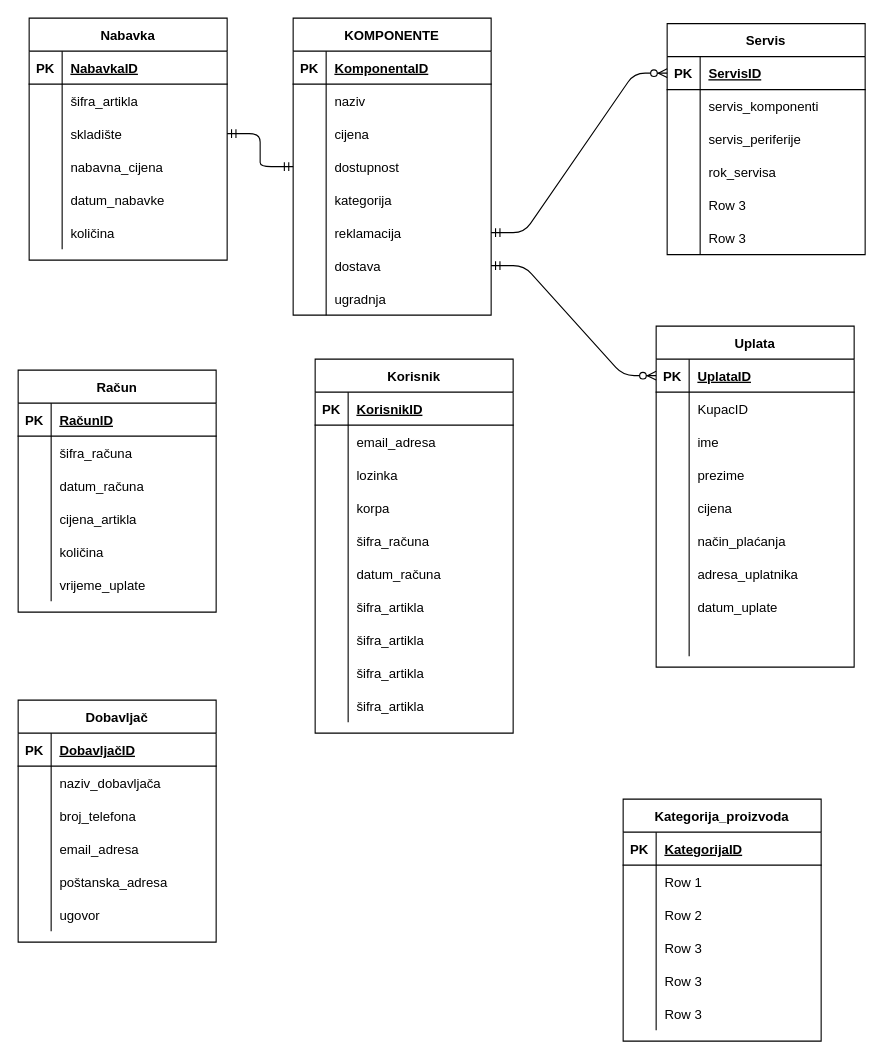
Before: erd.drawio in vela02/erd, a draw.io diagram. Source tidied: cells renumbered, new cells numbered last; positions are measured from the earlier drawing's top-left corner, leaving out a move shared by most shapes. Both pictures are drawn from the tidied source at 110%, with x=0, y=0 at pixel (18, 18).
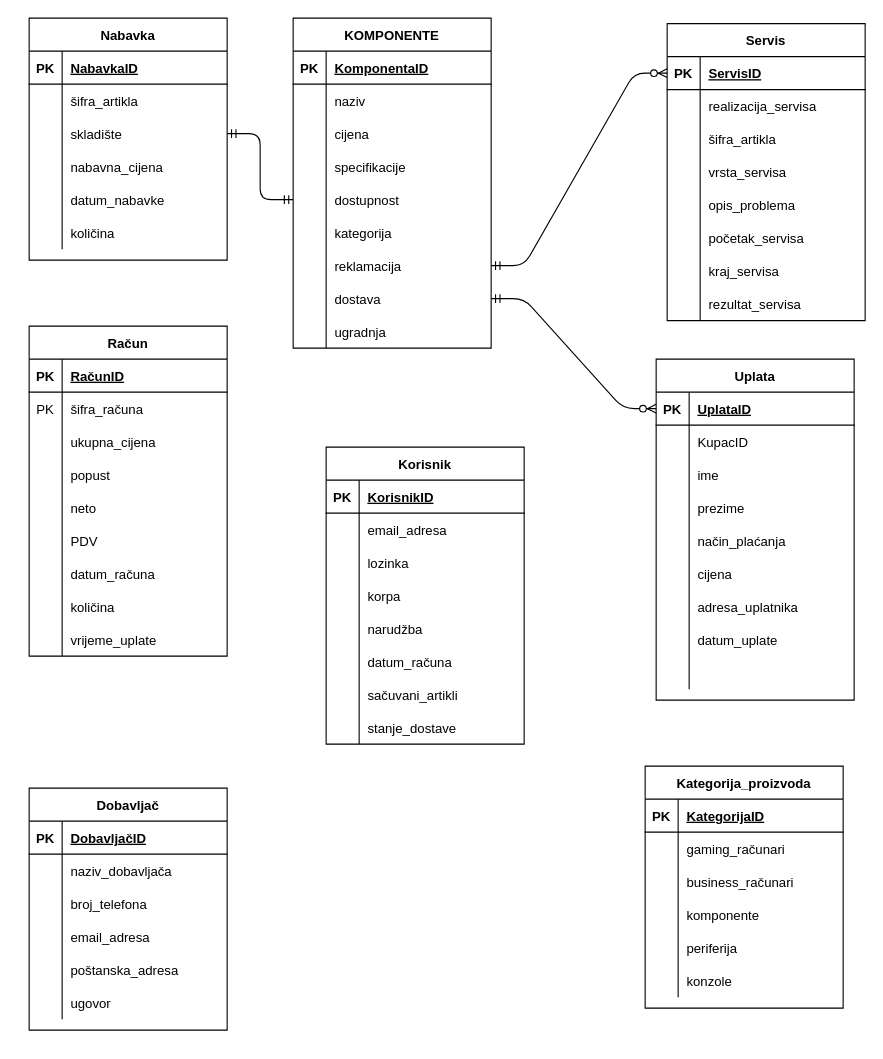
The same diagram, later.

The change refers to these unchanged cells:
```xml
<mxCell id="6" style="shape=partialRectangle;fillColor=none;top=0;left=0;bottom=0;right=0;" parent="2" vertex="1">
  <mxGeometry y="60" width="180" height="30" as="geometry" />
</mxCell>
<mxCell id="111" style="shape=partialRectangle;fillColor=none;top=0;left=0;bottom=0;right=0;" parent="98" vertex="1">
  <mxGeometry y="150" width="180" height="30" as="geometry" />
</mxCell>
<mxCell id="117" style="shape=partialRectangle;fillColor=none;top=0;left=0;bottom=0;right=0;" parent="98" vertex="1">
  <mxGeometry y="210" width="180" height="30" as="geometry" />
</mxCell>
<mxCell id="120" style="shape=partialRectangle;fillColor=none;top=0;left=0;bottom=0;right=0;" parent="98" vertex="1">
  <mxGeometry y="240" width="180" height="30" as="geometry" />
</mxCell>
<mxCell id="133" style="shape=partialRectangle;fillColor=none;top=0;left=0;bottom=0;right=0;" parent="129" vertex="1">
  <mxGeometry y="60" width="180" height="30" as="geometry" />
</mxCell>
<mxCell id="171" style="shape=partialRectangle;fillColor=none;top=0;left=0;bottom=0;right=0;" parent="167" vertex="1">
  <mxGeometry y="60" width="180" height="30" as="geometry" />
</mxCell>
<mxCell id="174" style="shape=partialRectangle;fillColor=none;top=0;left=0;bottom=0;right=0;" parent="167" vertex="1">
  <mxGeometry y="90" width="180" height="30" as="geometry" />
</mxCell>
<mxCell id="177" style="shape=partialRectangle;fillColor=none;top=0;left=0;bottom=0;right=0;" parent="167" vertex="1">
  <mxGeometry y="120" width="180" height="30" as="geometry" />
</mxCell>
<mxCell id="180" style="shape=partialRectangle;fillColor=none;top=0;left=0;bottom=0;right=0;" parent="167" vertex="1">
  <mxGeometry y="150" width="180" height="30" as="geometry" />
</mxCell>
<mxCell id="183" style="shape=partialRectangle;fillColor=none;top=0;left=0;bottom=0;right=0;" parent="167" vertex="1">
  <mxGeometry y="180" width="180" height="30" as="geometry" />
</mxCell>
```

Change to the diagram source:
```diff
@@
     <mxCell id="2" value="Servis" style="shape=table;startSize=30;childLayout=tableLayout;rowLines=0;fontStyle=1;align=center;" parent="1" vertex="1">
-      <mxGeometry x="590" y="5" width="180" height="210" as="geometry" />
+      <mxGeometry x="590" y="5" width="180" height="270" as="geometry" />
     </mxCell>
@@
-    <mxCell id="8" value="servis_komponenti" style="shape=partialRectangle;fillColor=none;top=0;left=0;bottom=0;right=0;align=left;spacingLeft=6;overflow=hidden;" parent="6" vertex="1">
+    <mxCell id="8" value="realizacija_servisa" style="shape=partialRectangle;fillColor=none;top=0;left=0;bottom=0;right=0;align=left;spacingLeft=6;overflow=hidden;" parent="6" vertex="1">
       <mxGeometry x="30" width="150" height="30" as="geometry" />
     </mxCell>
+    <mxCell id="186" style="shape=partialRectangle;fillColor=none;top=0;left=0;bottom=0;right=0;" parent="2" vertex="1">
+      <mxGeometry y="90" width="180" height="30" as="geometry" />
+    </mxCell>
+    <mxCell id="187" style="shape=partialRectangle;fillColor=none;top=0;left=0;bottom=0;right=0;overflow=hidden;" parent="186" vertex="1">
+      <mxGeometry width="30" height="30" as="geometry" />
+    </mxCell>
+    <mxCell id="188" value="šifra_artikla" style="shape=partialRectangle;fillColor=none;top=0;left=0;bottom=0;right=0;align=left;spacingLeft=6;overflow=hidden;" parent="186" vertex="1">
+      <mxGeometry x="30" width="150" height="30" as="geometry" />
+    </mxCell>
     <mxCell id="9" style="shape=partialRectangle;fillColor=none;top=0;left=0;bottom=0;right=0;" parent="2" vertex="1">
-      <mxGeometry y="90" width="180" height="30" as="geometry" />
+      <mxGeometry y="120" width="180" height="30" as="geometry" />
     </mxCell>
@@
-    <mxCell id="11" value="servis_periferije" style="shape=partialRectangle;fillColor=none;top=0;left=0;bottom=0;right=0;align=left;spacingLeft=6;overflow=hidden;" parent="9" vertex="1">
+    <mxCell id="11" value="vrsta_servisa" style="shape=partialRectangle;fillColor=none;top=0;left=0;bottom=0;right=0;align=left;spacingLeft=6;overflow=hidden;" parent="9" vertex="1">
       <mxGeometry x="30" width="150" height="30" as="geometry" />
     </mxCell>
     <mxCell id="12" style="shape=partialRectangle;fillColor=none;top=0;left=0;bottom=0;right=0;" parent="2" vertex="1">
-      <mxGeometry y="120" width="180" height="30" as="geometry" />
+      <mxGeometry y="150" width="180" height="30" as="geometry" />
     </mxCell>
@@
-    <mxCell id="14" value="rok_servisa" style="shape=partialRectangle;fillColor=none;top=0;left=0;bottom=0;right=0;align=left;spacingLeft=6;overflow=hidden;" parent="12" vertex="1">
+    <mxCell id="14" value="opis_problema" style="shape=partialRectangle;fillColor=none;top=0;left=0;bottom=0;right=0;align=left;spacingLeft=6;overflow=hidden;" parent="12" vertex="1">
       <mxGeometry x="30" width="150" height="30" as="geometry" />
     </mxCell>
     <mxCell id="15" style="shape=partialRectangle;fillColor=none;top=0;left=0;bottom=0;right=0;" parent="2" vertex="1">
-      <mxGeometry y="150" width="180" height="30" as="geometry" />
+      <mxGeometry y="180" width="180" height="30" as="geometry" />
     </mxCell>
@@
-    <mxCell id="17" value="Row 3" style="shape=partialRectangle;fillColor=none;top=0;left=0;bottom=0;right=0;align=left;spacingLeft=6;overflow=hidden;" parent="15" vertex="1">
+    <mxCell id="17" value="početak_servisa" style="shape=partialRectangle;fillColor=none;top=0;left=0;bottom=0;right=0;align=left;spacingLeft=6;overflow=hidden;" parent="15" vertex="1">
       <mxGeometry x="30" width="150" height="30" as="geometry" />
     </mxCell>
     <mxCell id="18" style="shape=partialRectangle;fillColor=none;top=0;left=0;bottom=0;right=0;" parent="2" vertex="1">
-      <mxGeometry y="180" width="180" height="30" as="geometry" />
+      <mxGeometry y="210" width="180" height="30" as="geometry" />
     </mxCell>
@@
-    <mxCell id="20" value="Row 3" style="shape=partialRectangle;fillColor=none;top=0;left=0;bottom=0;right=0;align=left;spacingLeft=6;overflow=hidden;" parent="18" vertex="1">
+    <mxCell id="20" value="kraj_servisa" style="shape=partialRectangle;fillColor=none;top=0;left=0;bottom=0;right=0;align=left;spacingLeft=6;overflow=hidden;" parent="18" vertex="1">
       <mxGeometry x="30" width="150" height="30" as="geometry" />
     </mxCell>
+    <mxCell id="189" style="shape=partialRectangle;fillColor=none;top=0;left=0;bottom=0;right=0;" parent="2" vertex="1">
+      <mxGeometry y="240" width="180" height="30" as="geometry" />
+    </mxCell>
+    <mxCell id="190" style="shape=partialRectangle;fillColor=none;top=0;left=0;bottom=0;right=0;overflow=hidden;" parent="189" vertex="1">
+      <mxGeometry width="30" height="30" as="geometry" />
+    </mxCell>
+    <mxCell id="191" value="rezultat_servisa" style="shape=partialRectangle;fillColor=none;top=0;left=0;bottom=0;right=0;align=left;spacingLeft=6;overflow=hidden;" parent="189" vertex="1">
+      <mxGeometry x="30" width="150" height="30" as="geometry" />
+    </mxCell>
     <mxCell id="21" value="Uplata" style="shape=table;startSize=30;childLayout=tableLayout;rowLines=0;fontStyle=1;align=center;" parent="1" vertex="1">
-      <mxGeometry x="580" y="280" width="180" height="310" as="geometry" />
+      <mxGeometry x="580" y="310" width="180" height="310" as="geometry" />
     </mxCell>
@@
+    <mxCell id="37" style="shape=partialRectangle;fillColor=none;top=0;left=0;bottom=0;right=0;" parent="21" vertex="1">
+      <mxGeometry y="150" width="180" height="30" as="geometry" />
+    </mxCell>
+    <mxCell id="38" style="shape=partialRectangle;fillColor=none;top=0;left=0;bottom=0;right=0;overflow=hidden;" parent="37" vertex="1">
+      <mxGeometry width="30" height="30" as="geometry" />
+    </mxCell>
+    <mxCell id="39" value="način_plaćanja" style="shape=partialRectangle;fillColor=none;top=0;left=0;bottom=0;right=0;align=left;spacingLeft=6;overflow=hidden;" parent="37" vertex="1">
+      <mxGeometry x="30" width="150" height="30" as="geometry" />
+    </mxCell>
     <mxCell id="34" style="shape=partialRectangle;fillColor=none;top=0;left=0;bottom=0;right=0;" parent="21" vertex="1">
-      <mxGeometry y="150" width="180" height="30" as="geometry" />
+      <mxGeometry y="180" width="180" height="30" as="geometry" />
     </mxCell>
@@
-    <mxCell id="37" style="shape=partialRectangle;fillColor=none;top=0;left=0;bottom=0;right=0;" parent="21" vertex="1">
-      <mxGeometry y="180" width="180" height="30" as="geometry" />
-    </mxCell>
-    <mxCell id="38" style="shape=partialRectangle;fillColor=none;top=0;left=0;bottom=0;right=0;overflow=hidden;" parent="37" vertex="1">
-      <mxGeometry width="30" height="30" as="geometry" />
-    </mxCell>
-    <mxCell id="39" value="način_plaćanja" style="shape=partialRectangle;fillColor=none;top=0;left=0;bottom=0;right=0;align=left;spacingLeft=6;overflow=hidden;" parent="37" vertex="1">
-      <mxGeometry x="30" width="150" height="30" as="geometry" />
-    </mxCell>
@@
     <mxCell id="70" value="KOMPONENTE" style="shape=table;startSize=30;childLayout=tableLayout;rowLines=0;fontStyle=1;align=center;" parent="1" vertex="1">
-      <mxGeometry x="250" width="180" height="270" as="geometry" />
+      <mxGeometry x="250" width="180" height="300" as="geometry" />
     </mxCell>
@@
+    <mxCell id="192" style="shape=partialRectangle;fillColor=none;top=0;left=0;bottom=0;right=0;" parent="70" vertex="1">
+      <mxGeometry y="120" width="180" height="30" as="geometry" />
+    </mxCell>
+    <mxCell id="193" style="shape=partialRectangle;fillColor=none;top=0;left=0;bottom=0;right=0;overflow=hidden;" parent="192" vertex="1">
+      <mxGeometry width="30" height="30" as="geometry" />
+    </mxCell>
+    <mxCell id="194" value="specifikacije" style="shape=partialRectangle;fillColor=none;top=0;left=0;bottom=0;right=0;align=left;spacingLeft=6;overflow=hidden;" parent="192" vertex="1">
+      <mxGeometry x="30" width="150" height="30" as="geometry" />
+    </mxCell>
     <mxCell id="80" style="shape=partialRectangle;fillColor=none;top=0;left=0;bottom=0;right=0;points=[[0,0.5],[1,0.5]];portConstraint=eastwest;" parent="70" vertex="1">
-      <mxGeometry y="120" width="180" height="30" as="geometry" />
+      <mxGeometry y="150" width="180" height="30" as="geometry" />
     </mxCell>
@@
     <mxCell id="83" style="shape=partialRectangle;fillColor=none;top=0;left=0;bottom=0;right=0;" parent="70" vertex="1">
-      <mxGeometry y="150" width="180" height="30" as="geometry" />
+      <mxGeometry y="180" width="180" height="30" as="geometry" />
     </mxCell>
@@
     <mxCell id="86" style="shape=partialRectangle;fillColor=none;top=0;left=0;bottom=0;right=0;points=[[0,0.5],[1,0.5]];portConstraint=eastwest;" parent="70" vertex="1">
-      <mxGeometry y="180" width="180" height="30" as="geometry" />
+      <mxGeometry y="210" width="180" height="30" as="geometry" />
     </mxCell>
@@
     <mxCell id="89" style="shape=partialRectangle;fillColor=none;top=0;left=0;bottom=0;right=0;points=[[0,0.5],[1,0.5]];portConstraint=eastwest;" parent="70" vertex="1">
-      <mxGeometry y="210" width="180" height="30" as="geometry" />
+      <mxGeometry y="240" width="180" height="30" as="geometry" />
     </mxCell>
@@
     <mxCell id="92" style="shape=partialRectangle;fillColor=none;top=0;left=0;bottom=0;right=0;" parent="70" vertex="1">
-      <mxGeometry y="240" width="180" height="30" as="geometry" />
+      <mxGeometry y="270" width="180" height="30" as="geometry" />
     </mxCell>
@@
     <mxCell id="98" value="Korisnik" style="shape=table;startSize=30;childLayout=tableLayout;rowLines=0;fontStyle=1;align=center;" parent="1" vertex="1">
-      <mxGeometry x="270" y="310" width="180" height="340" as="geometry" />
+      <mxGeometry x="280" y="390" width="180" height="270" as="geometry" />
     </mxCell>
@@
-    <mxCell id="113" value="šifra_računa" style="shape=partialRectangle;fillColor=none;top=0;left=0;bottom=0;right=0;align=left;spacingLeft=6;overflow=hidden;" parent="111" vertex="1">
+    <mxCell id="113" value="narudžba" style="shape=partialRectangle;fillColor=none;top=0;left=0;bottom=0;right=0;align=left;spacingLeft=6;overflow=hidden;" parent="111" vertex="1">
       <mxGeometry x="30" width="150" height="30" as="geometry" />
     </mxCell>
@@
-    <mxCell id="119" value="šifra_artikla" style="shape=partialRectangle;fillColor=none;top=0;left=0;bottom=0;right=0;align=left;spacingLeft=6;overflow=hidden;" parent="117" vertex="1">
+    <mxCell id="119" value="sačuvani_artikli" style="shape=partialRectangle;fillColor=none;top=0;left=0;bottom=0;right=0;align=left;spacingLeft=6;overflow=hidden;" parent="117" vertex="1">
       <mxGeometry x="30" width="150" height="30" as="geometry" />
     </mxCell>
@@
-    <mxCell id="122" value="šifra_artikla" style="shape=partialRectangle;fillColor=none;top=0;left=0;bottom=0;right=0;align=left;spacingLeft=6;overflow=hidden;" parent="120" vertex="1">
+    <mxCell id="122" value="stanje_dostave" style="shape=partialRectangle;fillColor=none;top=0;left=0;bottom=0;right=0;align=left;spacingLeft=6;overflow=hidden;" parent="120" vertex="1">
       <mxGeometry x="30" width="150" height="30" as="geometry" />
     </mxCell>
-    <mxCell id="123" style="shape=partialRectangle;fillColor=none;top=0;left=0;bottom=0;right=0;" parent="98" vertex="1">
-      <mxGeometry y="270" width="180" height="30" as="geometry" />
-    </mxCell>
-    <mxCell id="124" style="shape=partialRectangle;fillColor=none;top=0;left=0;bottom=0;right=0;overflow=hidden;" parent="123" vertex="1">
-      <mxGeometry width="30" height="30" as="geometry" />
-    </mxCell>
-    <mxCell id="125" value="šifra_artikla" style="shape=partialRectangle;fillColor=none;top=0;left=0;bottom=0;right=0;align=left;spacingLeft=6;overflow=hidden;" parent="123" vertex="1">
-      <mxGeometry x="30" width="150" height="30" as="geometry" />
-    </mxCell>
-    <mxCell id="126" style="shape=partialRectangle;fillColor=none;top=0;left=0;bottom=0;right=0;" parent="98" vertex="1">
-      <mxGeometry y="300" width="180" height="30" as="geometry" />
-    </mxCell>
-    <mxCell id="127" style="shape=partialRectangle;fillColor=none;top=0;left=0;bottom=0;right=0;overflow=hidden;" parent="126" vertex="1">
-      <mxGeometry width="30" height="30" as="geometry" />
-    </mxCell>
-    <mxCell id="128" value="šifra_artikla" style="shape=partialRectangle;fillColor=none;top=0;left=0;bottom=0;right=0;align=left;spacingLeft=6;overflow=hidden;" parent="126" vertex="1">
-      <mxGeometry x="30" width="150" height="30" as="geometry" />
-    </mxCell>
     <mxCell id="129" value="Račun" style="shape=table;startSize=30;childLayout=tableLayout;rowLines=0;fontStyle=1;align=center;" parent="1" vertex="1">
-      <mxGeometry y="320" width="180" height="220" as="geometry" />
+      <mxGeometry x="10" y="280" width="180" height="300" as="geometry" />
     </mxCell>
@@
-    <mxCell id="134" style="shape=partialRectangle;fillColor=none;top=0;left=0;bottom=0;right=0;overflow=hidden;" parent="133" vertex="1">
+    <mxCell id="134" value="PK" style="shape=partialRectangle;fillColor=none;top=0;left=0;bottom=0;right=0;overflow=hidden;" parent="133" vertex="1">
       <mxGeometry width="30" height="30" as="geometry" />
     </mxCell>
@@
+    <mxCell id="195" style="shape=partialRectangle;fillColor=none;top=0;left=0;bottom=0;right=0;" parent="129" vertex="1">
+      <mxGeometry y="90" width="180" height="30" as="geometry" />
+    </mxCell>
+    <mxCell id="196" style="shape=partialRectangle;fillColor=none;top=0;left=0;bottom=0;right=0;overflow=hidden;" parent="195" vertex="1">
+      <mxGeometry width="30" height="30" as="geometry" />
+    </mxCell>
+    <mxCell id="197" value="ukupna_cijena" style="shape=partialRectangle;fillColor=none;top=0;left=0;bottom=0;right=0;align=left;spacingLeft=6;overflow=hidden;" parent="195" vertex="1">
+      <mxGeometry x="30" width="150" height="30" as="geometry" />
+    </mxCell>
+    <mxCell id="198" style="shape=partialRectangle;fillColor=none;top=0;left=0;bottom=0;right=0;" parent="129" vertex="1">
+      <mxGeometry y="120" width="180" height="30" as="geometry" />
+    </mxCell>
+    <mxCell id="199" style="shape=partialRectangle;fillColor=none;top=0;left=0;bottom=0;right=0;overflow=hidden;" parent="198" vertex="1">
+      <mxGeometry width="30" height="30" as="geometry" />
+    </mxCell>
+    <mxCell id="200" value="popust" style="shape=partialRectangle;fillColor=none;top=0;left=0;bottom=0;right=0;align=left;spacingLeft=6;overflow=hidden;" parent="198" vertex="1">
+      <mxGeometry x="30" width="150" height="30" as="geometry" />
+    </mxCell>
+    <mxCell id="201" style="shape=partialRectangle;fillColor=none;top=0;left=0;bottom=0;right=0;" parent="129" vertex="1">
+      <mxGeometry y="150" width="180" height="30" as="geometry" />
+    </mxCell>
+    <mxCell id="202" style="shape=partialRectangle;fillColor=none;top=0;left=0;bottom=0;right=0;overflow=hidden;" parent="201" vertex="1">
+      <mxGeometry width="30" height="30" as="geometry" />
+    </mxCell>
+    <mxCell id="203" value="neto" style="shape=partialRectangle;fillColor=none;top=0;left=0;bottom=0;right=0;align=left;spacingLeft=6;overflow=hidden;" parent="201" vertex="1">
+      <mxGeometry x="30" width="150" height="30" as="geometry" />
+    </mxCell>
+    <mxCell id="145" style="shape=partialRectangle;fillColor=none;top=0;left=0;bottom=0;right=0;" parent="129" vertex="1">
+      <mxGeometry y="180" width="180" height="30" as="geometry" />
+    </mxCell>
+    <mxCell id="146" style="shape=partialRectangle;fillColor=none;top=0;left=0;bottom=0;right=0;overflow=hidden;" parent="145" vertex="1">
+      <mxGeometry width="30" height="30" as="geometry" />
+    </mxCell>
+    <mxCell id="147" value="PDV" style="shape=partialRectangle;fillColor=none;top=0;left=0;bottom=0;right=0;align=left;spacingLeft=6;overflow=hidden;" parent="145" vertex="1">
+      <mxGeometry x="30" width="150" height="30" as="geometry" />
+    </mxCell>
     <mxCell id="136" style="shape=partialRectangle;fillColor=none;top=0;left=0;bottom=0;right=0;" parent="129" vertex="1">
-      <mxGeometry y="90" width="180" height="30" as="geometry" />
+      <mxGeometry y="210" width="180" height="30" as="geometry" />
     </mxCell>
@@
-    <mxCell id="139" style="shape=partialRectangle;fillColor=none;top=0;left=0;bottom=0;right=0;" parent="129" vertex="1">
-      <mxGeometry y="120" width="180" height="30" as="geometry" />
-    </mxCell>
-    <mxCell id="140" style="shape=partialRectangle;fillColor=none;top=0;left=0;bottom=0;right=0;overflow=hidden;" parent="139" vertex="1">
-      <mxGeometry width="30" height="30" as="geometry" />
-    </mxCell>
-    <mxCell id="141" value="cijena_artikla" style="shape=partialRectangle;fillColor=none;top=0;left=0;bottom=0;right=0;align=left;spacingLeft=6;overflow=hidden;" parent="139" vertex="1">
-      <mxGeometry x="30" width="150" height="30" as="geometry" />
-    </mxCell>
     <mxCell id="142" style="shape=partialRectangle;fillColor=none;top=0;left=0;bottom=0;right=0;" parent="129" vertex="1">
-      <mxGeometry y="150" width="180" height="30" as="geometry" />
+      <mxGeometry y="240" width="180" height="30" as="geometry" />
     </mxCell>
@@
-    <mxCell id="145" style="shape=partialRectangle;fillColor=none;top=0;left=0;bottom=0;right=0;" parent="129" vertex="1">
-      <mxGeometry y="180" width="180" height="30" as="geometry" />
-    </mxCell>
-    <mxCell id="146" style="shape=partialRectangle;fillColor=none;top=0;left=0;bottom=0;right=0;overflow=hidden;" parent="145" vertex="1">
-      <mxGeometry width="30" height="30" as="geometry" />
-    </mxCell>
-    <mxCell id="147" value="vrijeme_uplate" style="shape=partialRectangle;fillColor=none;top=0;left=0;bottom=0;right=0;align=left;spacingLeft=6;overflow=hidden;" parent="145" vertex="1">
-      <mxGeometry x="30" width="150" height="30" as="geometry" />
-    </mxCell>
+    <mxCell id="123" style="shape=partialRectangle;fillColor=none;top=0;left=0;bottom=0;right=0;" parent="129" vertex="1">
+      <mxGeometry y="270" width="180" height="30" as="geometry" />
+    </mxCell>
+    <mxCell id="204" style="shape=partialRectangle;fillColor=none;top=0;left=0;bottom=0;right=0;overflow=hidden;" parent="123" vertex="1">
+      <mxGeometry width="30" height="30" as="geometry" />
+    </mxCell>
+    <mxCell id="205" value="vrijeme_uplate" style="shape=partialRectangle;fillColor=none;top=0;left=0;bottom=0;right=0;align=left;spacingLeft=6;overflow=hidden;" parent="123" vertex="1">
+      <mxGeometry x="30" width="150" height="30" as="geometry" />
+    </mxCell>
     <mxCell id="148" value="Dobavljač" style="shape=table;startSize=30;childLayout=tableLayout;rowLines=0;fontStyle=1;align=center;" parent="1" vertex="1">
-      <mxGeometry y="620" width="180" height="220" as="geometry" />
+      <mxGeometry x="10" y="700" width="180" height="220" as="geometry" />
     </mxCell>
@@
     <mxCell id="167" value="Kategorija_proizvoda" style="shape=table;startSize=30;childLayout=tableLayout;rowLines=0;fontStyle=1;align=center;" parent="1" vertex="1">
-      <mxGeometry x="550" y="710" width="180" height="220" as="geometry" />
+      <mxGeometry x="570" y="680" width="180" height="220" as="geometry" />
     </mxCell>
@@
-    <mxCell id="173" value="Row 1" style="shape=partialRectangle;fillColor=none;top=0;left=0;bottom=0;right=0;align=left;spacingLeft=6;overflow=hidden;" parent="171" vertex="1">
+    <mxCell id="173" value="gaming_računari" style="shape=partialRectangle;fillColor=none;top=0;left=0;bottom=0;right=0;align=left;spacingLeft=6;overflow=hidden;" parent="171" vertex="1">
       <mxGeometry x="30" width="150" height="30" as="geometry" />
     </mxCell>
@@
-    <mxCell id="176" value="Row 2" style="shape=partialRectangle;fillColor=none;top=0;left=0;bottom=0;right=0;align=left;spacingLeft=6;overflow=hidden;" parent="174" vertex="1">
+    <mxCell id="176" value="business_računari" style="shape=partialRectangle;fillColor=none;top=0;left=0;bottom=0;right=0;align=left;spacingLeft=6;overflow=hidden;" parent="174" vertex="1">
       <mxGeometry x="30" width="150" height="30" as="geometry" />
     </mxCell>
@@
-    <mxCell id="179" value="Row 3" style="shape=partialRectangle;fillColor=none;top=0;left=0;bottom=0;right=0;align=left;spacingLeft=6;overflow=hidden;" parent="177" vertex="1">
+    <mxCell id="179" value="komponente" style="shape=partialRectangle;fillColor=none;top=0;left=0;bottom=0;right=0;align=left;spacingLeft=6;overflow=hidden;" parent="177" vertex="1">
       <mxGeometry x="30" width="150" height="30" as="geometry" />
     </mxCell>
@@
-    <mxCell id="182" value="Row 3" style="shape=partialRectangle;fillColor=none;top=0;left=0;bottom=0;right=0;align=left;spacingLeft=6;overflow=hidden;" parent="180" vertex="1">
+    <mxCell id="182" value="periferija" style="shape=partialRectangle;fillColor=none;top=0;left=0;bottom=0;right=0;align=left;spacingLeft=6;overflow=hidden;" parent="180" vertex="1">
       <mxGeometry x="30" width="150" height="30" as="geometry" />
     </mxCell>
@@
-    <mxCell id="185" value="Row 3" style="shape=partialRectangle;fillColor=none;top=0;left=0;bottom=0;right=0;align=left;spacingLeft=6;overflow=hidden;" parent="183" vertex="1">
+    <mxCell id="185" value="konzole" style="shape=partialRectangle;fillColor=none;top=0;left=0;bottom=0;right=0;align=left;spacingLeft=6;overflow=hidden;" parent="183" vertex="1">
       <mxGeometry x="30" width="150" height="30" as="geometry" />
     </mxCell>
```
